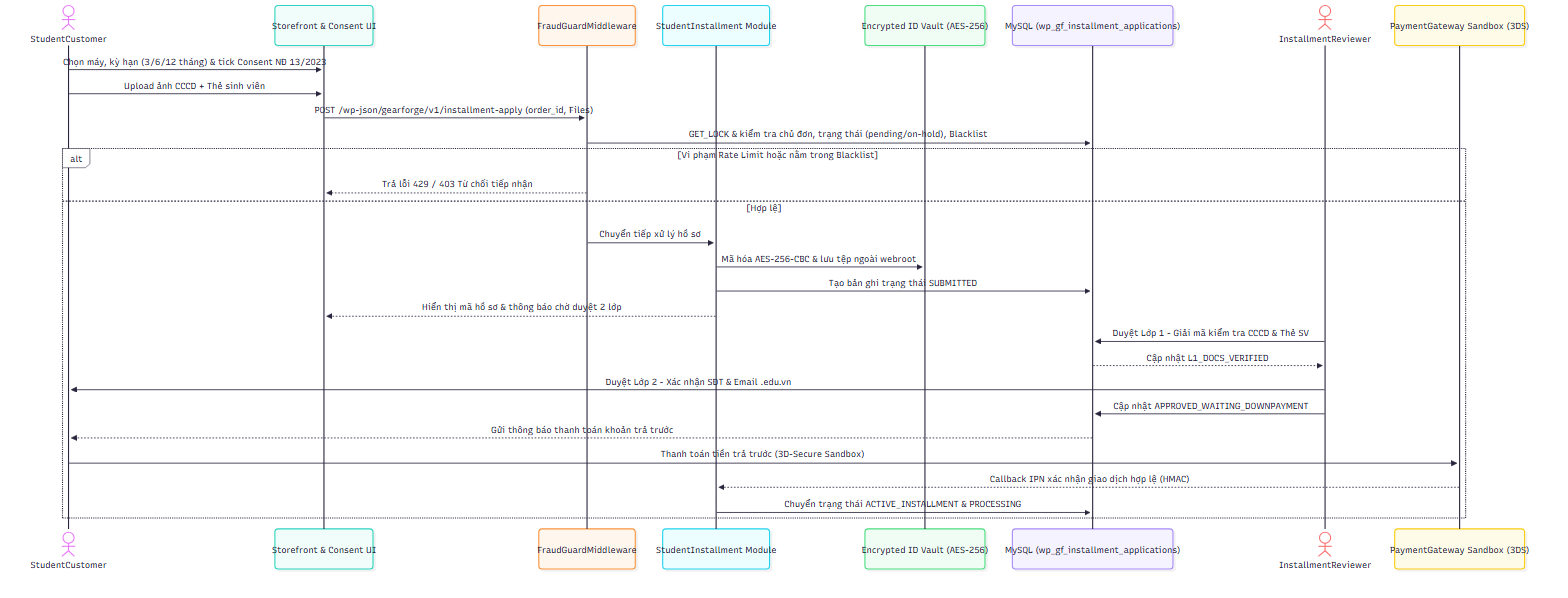
Before: 2. Quy ước và Sơ đồ UML/role4_diagrams/UC10_11_Installment_Sequence_Role4.png, a diagram exported from Mermaid (nguyenthanhtri5h-bot/EC312-GearForge-HeThongTMDT). Its source is kept beside it as 2. Quy ước và Sơ đồ UML/role4_diagrams/UC10_11_Installment_Sequence_Role4.mmd.
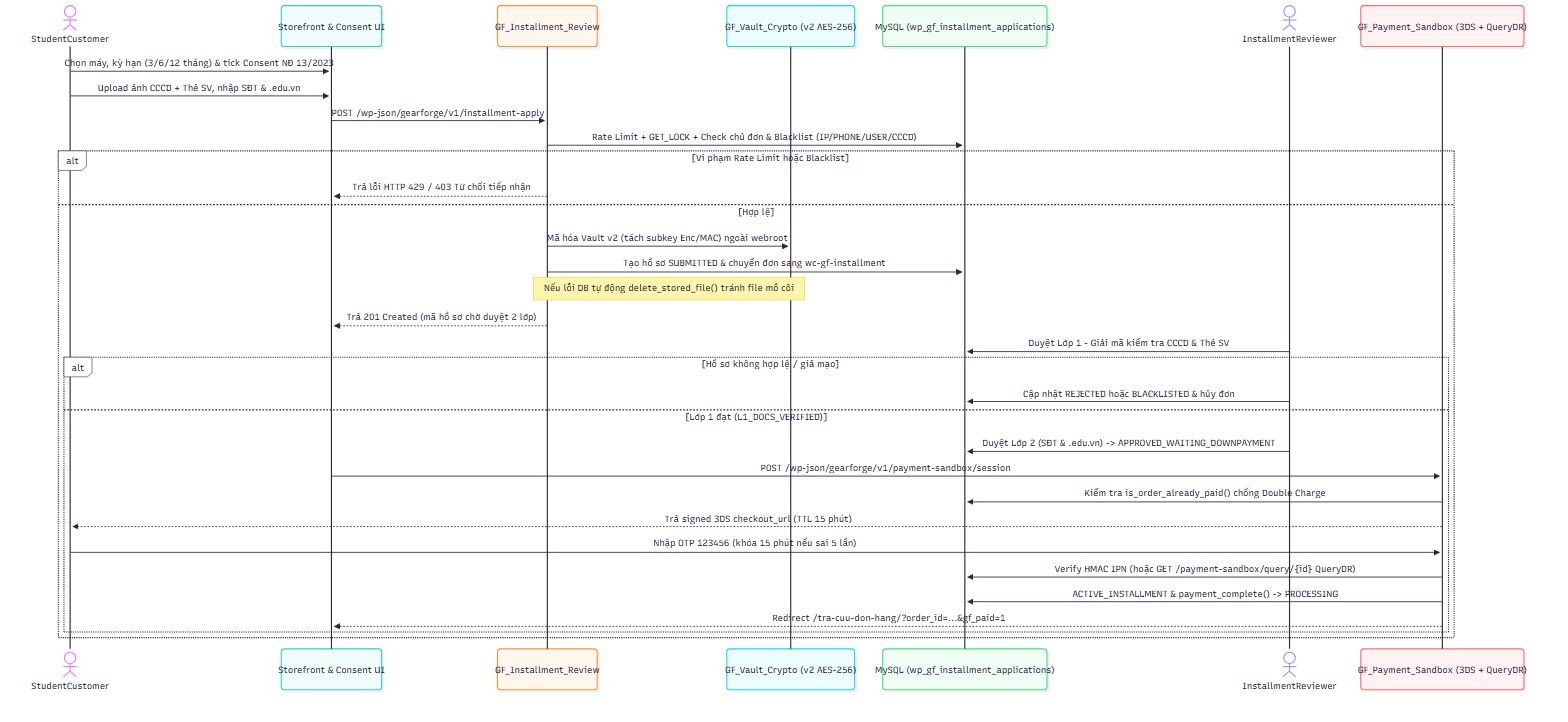
The same file after the commit.

What changed in the source:
```diff
@@ -1,32 +1,35 @@
 sequenceDiagram
     actor SV as StudentCustomer
     participant UI as Storefront & Consent UI
-    participant FG as FraudGuardMiddleware
-    participant Plugin as StudentInstallment Module
-    participant Vault as Encrypted ID Vault (AES-256)
+    participant Plugin as GF_Installment_Review
+    participant Vault as GF_Vault_Crypto (v2 AES-256)
     participant DB as MySQL (wp_gf_installment_applications)
     actor Rev as InstallmentReviewer
-    participant GW as PaymentGateway Sandbox (3DS)
+    participant GW as GF_Payment_Sandbox (3DS + QueryDR)
 
     SV->>UI: Chọn máy, kỳ hạn (3/6/12 tháng) & tick Consent NĐ 13/2023
-    SV->>UI: Upload ảnh CCCD + Thẻ sinh viên
-    UI->>FG: POST /wp-json/gearforge/v1/installment-apply (order_id, Files)
-    FG->>DB: GET_LOCK & kiểm tra chủ đơn, trạng thái (pending/on-hold), Blacklist
-    alt Vi phạm Rate Limit hoặc nằm trong Blacklist
-        FG-->>UI: Trả lỗi 429 / 403 Từ chối tiếp nhận
+    SV->>UI: Upload ảnh CCCD + Thẻ SV, nhập SĐT & .edu.vn
+    UI->>Plugin: POST /wp-json/gearforge/v1/installment-apply
+    Plugin->>DB: Rate Limit + GET_LOCK + Check chủ đơn & Blacklist (IP/PHONE/USER/CCCD)
+    alt Vi phạm Rate Limit hoặc Blacklist
+        Plugin-->>UI: Trả lỗi HTTP 429 / 403 Từ chối tiếp nhận
     else Hợp lệ
-        FG->>Plugin: Chuyển tiếp xử lý hồ sơ
-        Plugin->>Vault: Mã hóa AES-256-CBC & lưu tệp ngoài webroot
-        Plugin->>DB: Tạo bản ghi trạng thái SUBMITTED
-        Plugin-->>UI: Hiển thị mã hồ sơ & thông báo chờ duyệt 2 lớp
+        Plugin->>Vault: Mã hóa Vault v2 (tách subkey Enc/MAC) ngoài webroot
+        Plugin->>DB: Tạo hồ sơ SUBMITTED & chuyển đơn sang wc-gf-installment
+        Note over Plugin,Vault: Nếu lỗi DB tự động delete_stored_file() tránh file mồ côi
+        Plugin-->>UI: Trả 201 Created (mã hồ sơ chờ duyệt 2 lớp)
 
         Rev->>DB: Duyệt Lớp 1 - Giải mã kiểm tra CCCD & Thẻ SV
-        DB-->>Rev: Cập nhật L1_DOCS_VERIFIED
-        Rev->>SV: Duyệt Lớp 2 - Xác nhận SĐT & Email .edu.vn
-        Rev->>DB: Cập nhật APPROVED_WAITING_DOWNPAYMENT
-        DB-->>SV: Gửi thông báo thanh toán khoản trả trước
-
-        SV->>GW: Thanh toán tiền trả trước (3D-Secure Sandbox)
-        GW-->>Plugin: Callback IPN xác nhận giao dịch hợp lệ (HMAC)
-        Plugin->>DB: Chuyển trạng thái ACTIVE_INSTALLMENT & PROCESSING
+        alt Hồ sơ không hợp lệ / giả mạo
+            Rev->>DB: Cập nhật REJECTED hoặc BLACKLISTED & hủy đơn
+        else Lớp 1 đạt (L1_DOCS_VERIFIED)
+            Rev->>DB: Duyệt Lớp 2 (SĐT & .edu.vn) -> APPROVED_WAITING_DOWNPAYMENT
+            UI->>GW: POST /wp-json/gearforge/v1/payment-sandbox/session
+            GW->>DB: Kiểm tra is_order_already_paid() chống Double Charge
+            GW-->>SV: Trả signed 3DS checkout_url (TTL 15 phút)
+            SV->>GW: Nhập OTP 123456 (khóa 15 phút nếu sai 5 lần)
+            GW->>DB: Verify HMAC IPN (hoặc GET /payment-sandbox/query/{id} QueryDR)
+            GW->>DB: ACTIVE_INSTALLMENT & payment_complete() -> PROCESSING
+            GW-->>UI: Redirect /tra-cuu-don-hang/?order_id=...&gf_paid=1
+        end
     end
```
